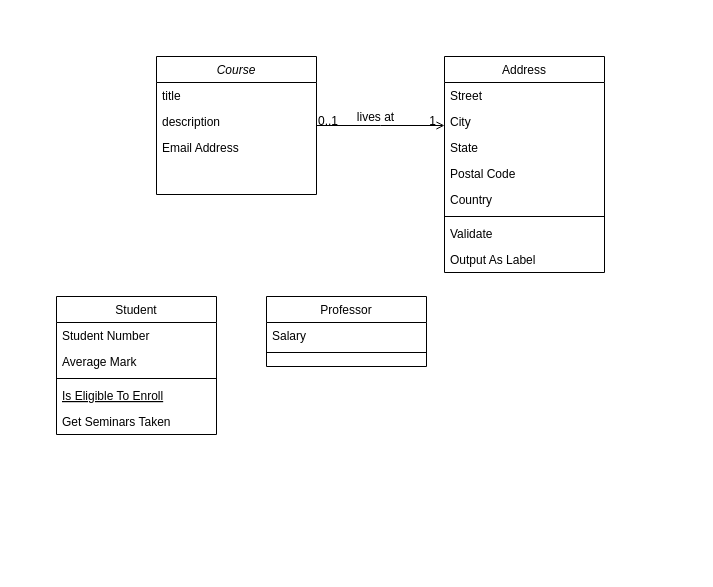
Earlier version of the draw.io diagram Diagrams/openacademy/managerTraining.drawio (MouhamadouFALL/odoo_project). Source tidied: cells renumbered, new cells numbered last; positions are measured from the earlier drawing's top-left corner, leaving out a move shared by most shapes. Both pictures are drawn from the tidied source at 100%, with x=0, y=0 at pixel (56, 56).
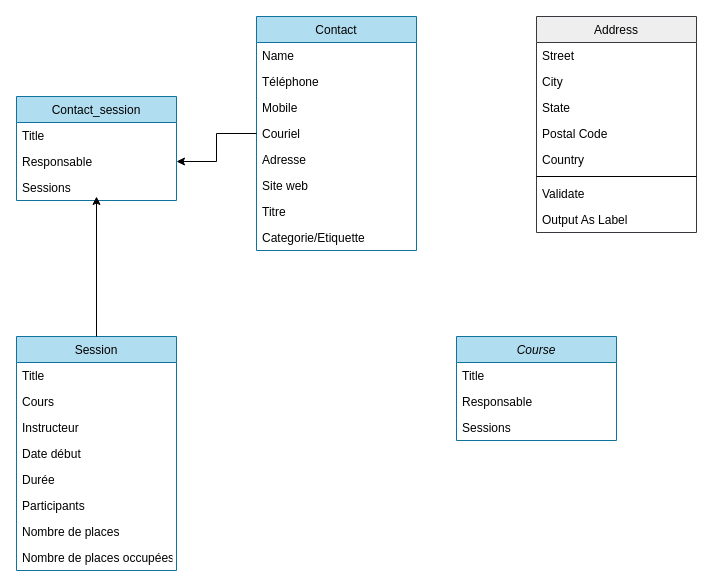
The same page after the edit.

What changed in the source:
```diff
@@
-    <mxCell id="2" value="Course" style="swimlane;fontStyle=2;align=center;verticalAlign=top;horizontal=1;startSize=26;rounded=0;shadow=0;strokeWidth=1;" parent="1" vertex="1">
-      <mxGeometry x="100" width="160" height="138" as="geometry" />
+    <mxCell id="2" value="Course" style="swimlane;fontStyle=2;align=center;verticalAlign=top;horizontal=1;startSize=26;rounded=0;shadow=0;strokeWidth=1;fillColor=#b1ddf0;strokeColor=#10739e;" parent="1" vertex="1">
+      <mxGeometry x="400" y="280" width="160" height="104" as="geometry" />
     </mxCell>
-    <mxCell id="3" value="title" style="text;align=left;verticalAlign=top;spacingLeft=4;spacingRight=4;overflow=hidden;" parent="2" vertex="1">
+    <mxCell id="3" value="Title" style="text;align=left;verticalAlign=top;spacingLeft=4;spacingRight=4;overflow=hidden;" parent="2" vertex="1">
       <mxGeometry y="26" width="160" height="26" as="geometry" />
     </mxCell>
-    <mxCell id="4" value="description" style="text;align=left;verticalAlign=top;spacingLeft=4;spacingRight=4;overflow=hidden;rounded=0;shadow=0;html=0;" parent="2" vertex="1">
-      <mxGeometry y="52" width="160" height="26" as="geometry" />
-    </mxCell>
-    <mxCell id="5" value="Email Address" style="text;align=left;verticalAlign=top;spacingLeft=4;spacingRight=4;overflow=hidden;rounded=0;shadow=0;html=0;" parent="2" vertex="1">
-      <mxGeometry y="78" width="160" height="26" as="geometry" />
-    </mxCell>
+    <mxCell id="28" value="Responsable" style="text;align=left;verticalAlign=top;spacingLeft=4;spacingRight=4;overflow=hidden;" parent="2" vertex="1">
+      <mxGeometry y="52" width="160" height="26" as="geometry" />
+    </mxCell>
+    <mxCell id="29" value="Sessions" style="text;align=left;verticalAlign=top;spacingLeft=4;spacingRight=4;overflow=hidden;" parent="2" vertex="1">
+      <mxGeometry y="78" width="160" height="26" as="geometry" />
+    </mxCell>
-    <mxCell id="6" value="Student" style="swimlane;fontStyle=0;align=center;verticalAlign=top;horizontal=1;startSize=26;rounded=0;shadow=0;strokeWidth=1;" parent="1" vertex="1">
-      <mxGeometry y="240" width="160" height="138" as="geometry" />
+    <mxCell id="6" value="Session" style="swimlane;fontStyle=0;align=center;verticalAlign=top;horizontal=1;startSize=26;rounded=0;shadow=0;strokeWidth=1;fillColor=#b1ddf0;strokeColor=#10739e;" parent="1" vertex="1">
+      <mxGeometry x="-40" y="280" width="160" height="234" as="geometry" />
     </mxCell>
-    <mxCell id="7" value="Student Number" style="text;align=left;verticalAlign=top;spacingLeft=4;spacingRight=4;overflow=hidden;" parent="6" vertex="1">
+    <mxCell id="7" value="Title" style="text;align=left;verticalAlign=top;spacingLeft=4;spacingRight=4;overflow=hidden;" parent="6" vertex="1">
       <mxGeometry y="26" width="160" height="26" as="geometry" />
     </mxCell>
-    <mxCell id="8" value="Average Mark" style="text;align=left;verticalAlign=top;spacingLeft=4;spacingRight=4;overflow=hidden;rounded=0;shadow=0;html=0;" parent="6" vertex="1">
+    <mxCell id="8" value="Cours" style="text;align=left;verticalAlign=top;spacingLeft=4;spacingRight=4;overflow=hidden;rounded=0;shadow=0;html=0;" parent="6" vertex="1">
       <mxGeometry y="52" width="160" height="26" as="geometry" />
     </mxCell>
-    <mxCell id="9" style="line;html=1;strokeWidth=1;align=left;verticalAlign=middle;spacingTop=-1;spacingLeft=3;spacingRight=3;labelPosition=right;" parent="6" vertex="1">
-      <mxGeometry y="78" width="160" height="8" as="geometry" />
-    </mxCell>
-    <mxCell id="10" value="Is Eligible To Enroll" style="text;align=left;verticalAlign=top;spacingLeft=4;spacingRight=4;overflow=hidden;fontStyle=4;" parent="6" vertex="1">
-      <mxGeometry y="86" width="160" height="26" as="geometry" />
-    </mxCell>
-    <mxCell id="11" value="Get Seminars Taken" style="text;align=left;verticalAlign=top;spacingLeft=4;spacingRight=4;overflow=hidden;" parent="6" vertex="1">
-      <mxGeometry y="112" width="160" height="26" as="geometry" />
-    </mxCell>
+    <mxCell id="30" value="Instructeur" style="text;align=left;verticalAlign=top;spacingLeft=4;spacingRight=4;overflow=hidden;rounded=0;shadow=0;html=0;" parent="6" vertex="1">
+      <mxGeometry y="78" width="160" height="26" as="geometry" />
+    </mxCell>
+    <mxCell id="31" value="Date début" style="text;align=left;verticalAlign=top;spacingLeft=4;spacingRight=4;overflow=hidden;rounded=0;shadow=0;html=0;" parent="6" vertex="1">
+      <mxGeometry y="104" width="160" height="26" as="geometry" />
+    </mxCell>
+    <mxCell id="32" value="Durée" style="text;align=left;verticalAlign=top;spacingLeft=4;spacingRight=4;overflow=hidden;rounded=0;shadow=0;html=0;" parent="6" vertex="1">
+      <mxGeometry y="130" width="160" height="26" as="geometry" />
+    </mxCell>
+    <mxCell id="33" value="Participants" style="text;align=left;verticalAlign=top;spacingLeft=4;spacingRight=4;overflow=hidden;rounded=0;shadow=0;html=0;" parent="6" vertex="1">
+      <mxGeometry y="156" width="160" height="26" as="geometry" />
+    </mxCell>
+    <mxCell id="34" value="Nombre de places" style="text;align=left;verticalAlign=top;spacingLeft=4;spacingRight=4;overflow=hidden;rounded=0;shadow=0;html=0;" parent="6" vertex="1">
+      <mxGeometry y="182" width="160" height="26" as="geometry" />
+    </mxCell>
+    <mxCell id="35" value="Nombre de places occupées" style="text;align=left;verticalAlign=top;spacingLeft=4;spacingRight=4;overflow=hidden;rounded=0;shadow=0;html=0;" parent="6" vertex="1">
+      <mxGeometry y="208" width="160" height="26" as="geometry" />
+    </mxCell>
-    <mxCell id="12" value="Professor" style="swimlane;fontStyle=0;align=center;verticalAlign=top;horizontal=1;startSize=26;rounded=0;shadow=0;strokeWidth=1;" parent="1" vertex="1">
-      <mxGeometry x="210" y="240" width="160" height="70" as="geometry" />
+    <mxCell id="12" value="Contact" style="swimlane;fontStyle=0;align=center;verticalAlign=top;horizontal=1;startSize=26;rounded=0;shadow=0;strokeWidth=1;fillColor=#b1ddf0;strokeColor=#10739e;" parent="1" vertex="1">
+      <mxGeometry x="200" y="-40" width="160" height="234" as="geometry" />
     </mxCell>
-    <mxCell id="13" value="Salary" style="text;align=left;verticalAlign=top;spacingLeft=4;spacingRight=4;overflow=hidden;" parent="12" vertex="1">
-      <mxGeometry y="26" width="160" height="26" as="geometry" />
-    </mxCell>
-    <mxCell id="14" style="line;html=1;strokeWidth=1;align=left;verticalAlign=middle;spacingTop=-1;spacingLeft=3;spacingRight=3;labelPosition=right;" parent="12" vertex="1">
-      <mxGeometry y="52" width="160" height="8" as="geometry" />
-    </mxCell>
+    <mxCell id="36" value="Name" style="text;align=left;verticalAlign=top;spacingLeft=4;spacingRight=4;overflow=hidden;" parent="12" vertex="1">
+      <mxGeometry y="26" width="160" height="26" as="geometry" />
+    </mxCell>
+    <mxCell id="37" value="Téléphone" style="text;align=left;verticalAlign=top;spacingLeft=4;spacingRight=4;overflow=hidden;" parent="12" vertex="1">
+      <mxGeometry y="52" width="160" height="26" as="geometry" />
+    </mxCell>
+    <mxCell id="38" value="Mobile" style="text;align=left;verticalAlign=top;spacingLeft=4;spacingRight=4;overflow=hidden;" parent="12" vertex="1">
+      <mxGeometry y="78" width="160" height="26" as="geometry" />
+    </mxCell>
+    <mxCell id="39" value="Couriel" style="text;align=left;verticalAlign=top;spacingLeft=4;spacingRight=4;overflow=hidden;points=[[0,0.5],[1,0.5]];portConstraint=eastwest;" parent="12" vertex="1">
+      <mxGeometry y="104" width="160" height="26" as="geometry" />
+    </mxCell>
+    <mxCell id="40" value="Adresse" style="text;align=left;verticalAlign=top;spacingLeft=4;spacingRight=4;overflow=hidden;" parent="12" vertex="1">
+      <mxGeometry y="130" width="160" height="26" as="geometry" />
+    </mxCell>
+    <mxCell id="41" value="Site web" style="text;align=left;verticalAlign=top;spacingLeft=4;spacingRight=4;overflow=hidden;" parent="12" vertex="1">
+      <mxGeometry y="156" width="160" height="26" as="geometry" />
+    </mxCell>
+    <mxCell id="42" value="Titre" style="text;align=left;verticalAlign=top;spacingLeft=4;spacingRight=4;overflow=hidden;" parent="12" vertex="1">
+      <mxGeometry y="182" width="160" height="26" as="geometry" />
+    </mxCell>
+    <mxCell id="43" value="Categorie/Etiquette" style="text;align=left;verticalAlign=top;spacingLeft=4;spacingRight=4;overflow=hidden;" parent="12" vertex="1">
+      <mxGeometry y="208" width="160" height="26" as="geometry" />
+    </mxCell>
-    <mxCell id="15" value="Address" style="swimlane;fontStyle=0;align=center;verticalAlign=top;horizontal=1;startSize=26;rounded=0;shadow=0;strokeWidth=1;" parent="1" vertex="1">
-      <mxGeometry x="388" width="160" height="216" as="geometry" />
+    <mxCell id="15" value="Address" style="swimlane;fontStyle=0;align=center;verticalAlign=top;horizontal=1;startSize=26;rounded=0;shadow=0;strokeWidth=1;fillColor=#eeeeee;strokeColor=#36393d;" parent="1" vertex="1">
+      <mxGeometry x="480" y="-40" width="160" height="216" as="geometry" />
     </mxCell>
@@
-    <mxCell id="24" style="endArrow=open;shadow=0;strokeWidth=1;rounded=0;endFill=1;edgeStyle=elbowEdgeStyle;elbow=vertical;" parent="1" edge="1" source="2" target="15">
-      <mxGeometry x="0.5" y="41" relative="1" as="geometry">
-        <mxPoint x="-40" y="32" as="offset" />
-      </mxGeometry>
-    </mxCell>
-    <mxCell id="25" value="0..1" style="align=left;verticalAlign=bottom;labelBackgroundColor=none;fontSize=12;" parent="24" vertex="1">
-      <mxGeometry x="-1" relative="1" as="geometry">
-        <mxPoint y="4" as="offset" />
-      </mxGeometry>
-    </mxCell>
-    <mxCell id="26" value="1" style="align=right;verticalAlign=bottom;labelBackgroundColor=none;fontSize=12;" parent="24" vertex="1">
-      <mxGeometry x="1" relative="1" as="geometry">
-        <mxPoint x="-7" y="4" as="offset" />
-      </mxGeometry>
-    </mxCell>
-    <mxCell id="27" value="lives at" style="text;html=1;align=center;verticalAlign=middle;labelBackgroundColor=none;rounded=0;shadow=0;strokeWidth=1;fontSize=12;" parent="24" vertex="1">
-      <mxGeometry x="0.5" y="49" relative="1" as="geometry">
-        <mxPoint x="-38" y="40" as="offset" />
-      </mxGeometry>
-    </mxCell>
+    <mxCell id="44" value="Contact_session" style="swimlane;fontStyle=0;align=center;verticalAlign=top;horizontal=1;startSize=26;rounded=0;shadow=0;strokeWidth=1;fillColor=#b1ddf0;strokeColor=#10739e;" parent="1" vertex="1">
+      <mxGeometry x="-40" y="40" width="160" height="104" as="geometry" />
+    </mxCell>
+    <mxCell id="45" value="Title" style="text;align=left;verticalAlign=top;spacingLeft=4;spacingRight=4;overflow=hidden;" parent="44" vertex="1">
+      <mxGeometry y="26" width="160" height="26" as="geometry" />
+    </mxCell>
+    <mxCell id="46" value="Responsable" style="text;align=left;verticalAlign=top;spacingLeft=4;spacingRight=4;overflow=hidden;points=[[0,0.5],[1,0.5]];portConstraint=eastwest;" parent="44" vertex="1">
+      <mxGeometry y="52" width="160" height="26" as="geometry" />
+    </mxCell>
+    <mxCell id="47" value="Sessions" style="text;align=left;verticalAlign=top;spacingLeft=4;spacingRight=4;overflow=hidden;" parent="44" vertex="1">
+      <mxGeometry y="78" width="160" height="26" as="geometry" />
+    </mxCell>
+    <mxCell id="48" style="edgeStyle=orthogonalEdgeStyle;rounded=0;jettySize=auto;html=1;" parent="1" edge="1" source="39" target="46">
+      <mxGeometry relative="1" as="geometry" />
+    </mxCell>
+    <mxCell id="49" style="endArrow=classic;html=1;rounded=0;exitX=0.5;exitY=0;exitDx=0;exitDy=0;" parent="1" edge="1" source="6">
+      <mxGeometry relative="1" as="geometry">
+        <mxPoint x="40" y="140" as="targetPoint" />
+      </mxGeometry>
+    </mxCell>
```
